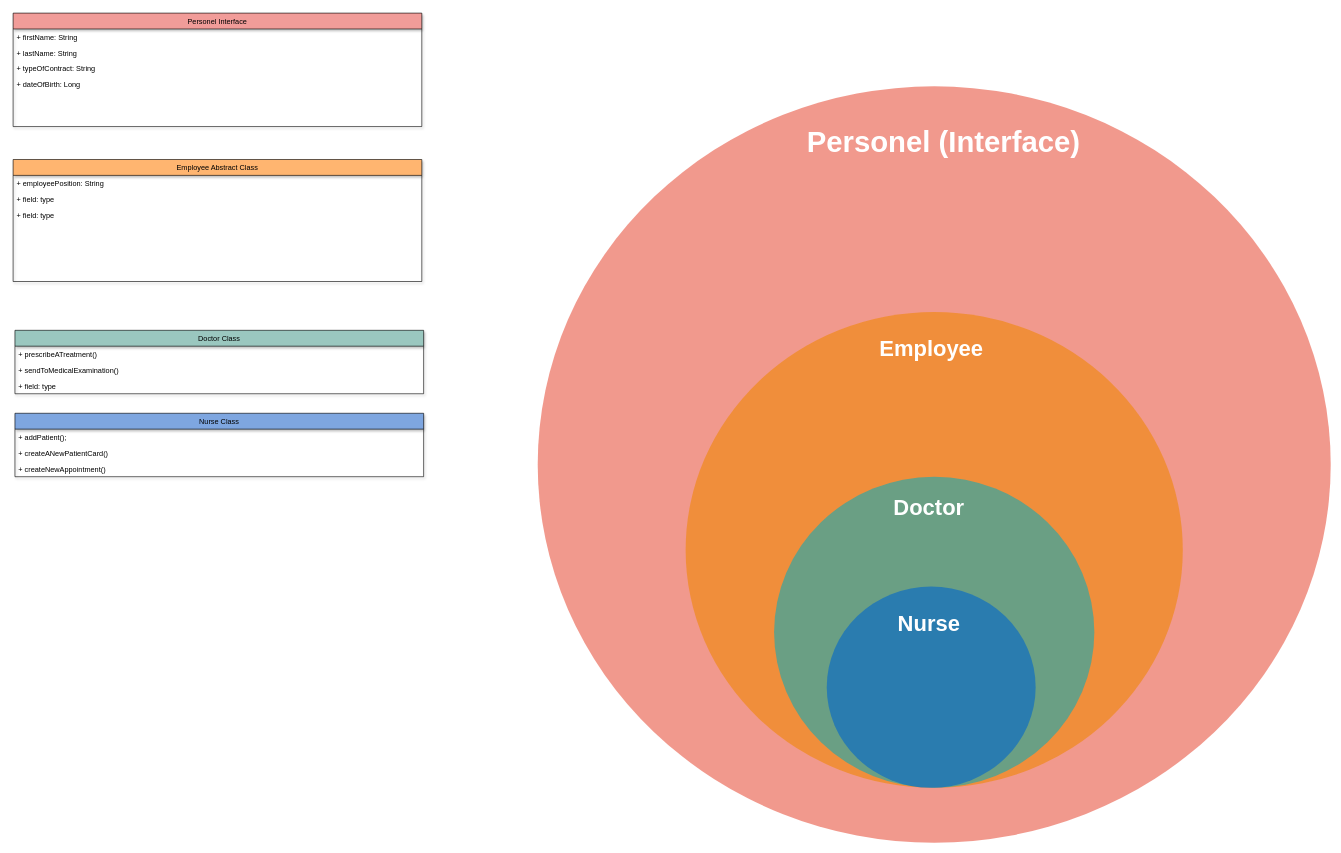
This is page "entity-inheritance" (2 of 2) of TableRelationsAndEntityInheritanceDiagram.drawio from TaranCorp/MedicalCenter, a draw.io file, before an edit. Source tidied: cells renumbered, new cells numbered last; positions are measured from the earlier drawing's top-left corner, leaving out a move shared by most shapes. Both pictures are drawn from the tidied source at 61%, with x=0, y=0 at pixel (13, 13).
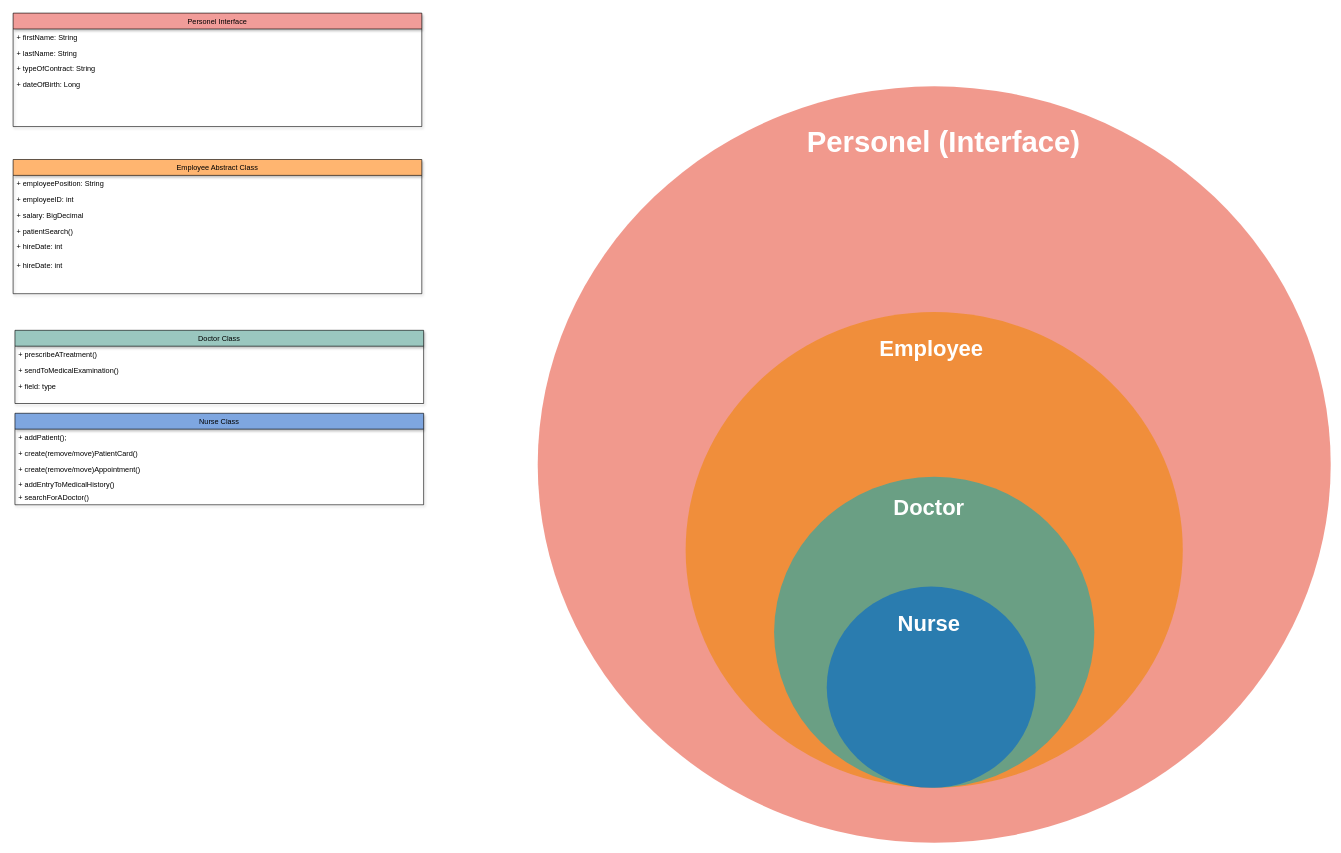
The same page after the edit.

Diff of the diagram source:
```diff
@@
     <mxCell id="15" value="Employee Abstract Class" style="swimlane;fontStyle=0;horizontal=1;startSize=26;fillColor=#FFB570;shadow=1;strokeColor=#000000;" parent="1" vertex="1">
-      <mxGeometry y="240" width="670" height="200" as="geometry" />
+      <mxGeometry y="240" width="670" height="220" as="geometry" />
     </mxCell>
@@
-    <mxCell id="17" value="+ field: type" style="text;strokeColor=none;fillColor=none;align=left;verticalAlign=top;spacingLeft=4;spacingRight=4;overflow=hidden;" parent="15" vertex="1">
+    <mxCell id="17" value="+ employeeID: int" style="text;strokeColor=none;fillColor=none;align=left;verticalAlign=top;spacingLeft=4;spacingRight=4;overflow=hidden;" parent="15" vertex="1">
       <mxGeometry y="52" width="670" height="26" as="geometry" />
     </mxCell>
+    <mxCell id="27" value="+ salary: BigDecimal" style="text;strokeColor=none;fillColor=none;align=left;verticalAlign=top;spacingLeft=4;spacingRight=4;overflow=hidden;" parent="15" vertex="1">
+      <mxGeometry y="78" width="670" height="26" as="geometry" />
+    </mxCell>
+    <mxCell id="28" value="+ patientSearch()" style="text;strokeColor=none;fillColor=none;align=left;verticalAlign=top;spacingLeft=4;spacingRight=4;overflow=hidden;" parent="15" vertex="1">
+      <mxGeometry y="104" width="670" height="26" as="geometry" />
+    </mxCell>
+    <mxCell id="29" value="+ hireDate: int" style="text;strokeColor=none;fillColor=none;align=left;verticalAlign=top;spacingLeft=4;spacingRight=4;overflow=hidden;" parent="15" vertex="1">
+      <mxGeometry y="130" width="670" height="30" as="geometry" />
+    </mxCell>
-    <mxCell id="18" value="+ field: type" style="text;strokeColor=none;fillColor=none;align=left;verticalAlign=top;spacingLeft=4;spacingRight=4;overflow=hidden;" parent="15" vertex="1">
-      <mxGeometry y="78" width="670" height="122" as="geometry" />
+    <mxCell id="18" value="+ hireDate: int" style="text;strokeColor=none;fillColor=none;align=left;verticalAlign=top;spacingLeft=4;spacingRight=4;overflow=hidden;" parent="15" vertex="1">
+      <mxGeometry y="160" width="670" height="60" as="geometry" />
     </mxCell>
     <mxCell id="19" value="Doctor Class" style="swimlane;fontStyle=0;horizontal=1;startSize=26;fillColor=#9AC7BF;shadow=1;strokeColor=#000000;" parent="1" vertex="1">
-      <mxGeometry x="3" y="520" width="670" height="104" as="geometry" />
+      <mxGeometry x="3" y="520" width="670" height="120" as="geometry" />
     </mxCell>
@@
     <mxCell id="22" value="+ field: type" style="text;strokeColor=none;fillColor=none;align=left;verticalAlign=top;spacingLeft=4;spacingRight=4;overflow=hidden;" parent="19" vertex="1">
-      <mxGeometry y="78" width="670" height="26" as="geometry" />
+      <mxGeometry y="78" width="670" height="42" as="geometry" />
     </mxCell>
     <mxCell id="23" value="Nurse Class" style="swimlane;fontStyle=0;horizontal=1;startSize=26;fillColor=#7EA6E0;shadow=1;strokeColor=#000000;" parent="1" vertex="1">
-      <mxGeometry x="3" y="656" width="670" height="104" as="geometry" />
+      <mxGeometry x="3" y="656" width="670" height="150" as="geometry" />
     </mxCell>
@@
-    <mxCell id="25" value="+ createANewPatientCard()" style="text;strokeColor=none;fillColor=none;align=left;verticalAlign=top;spacingLeft=4;spacingRight=4;overflow=hidden;" parent="23" vertex="1">
-      <mxGeometry y="52" width="670" height="26" as="geometry" />
+    <mxCell id="25" value="+ create(remove/move)PatientCard()" style="text;strokeColor=none;fillColor=none;align=left;verticalAlign=top;spacingLeft=4;spacingRight=4;overflow=hidden;" parent="23" vertex="1">
+      <mxGeometry y="52" width="670" height="98" as="geometry" />
     </mxCell>
-    <mxCell id="26" value="+ createNewAppointment()" style="text;strokeColor=none;fillColor=none;align=left;verticalAlign=top;spacingLeft=4;spacingRight=4;overflow=hidden;" parent="23" vertex="1">
-      <mxGeometry y="78" width="670" height="26" as="geometry" />
+    <mxCell id="26" value="+ create(remove/move)Appointment()" style="text;strokeColor=none;fillColor=none;align=left;verticalAlign=top;spacingLeft=4;spacingRight=4;overflow=hidden;" parent="1" vertex="1">
+      <mxGeometry x="3" y="734" width="670" height="66" as="geometry" />
     </mxCell>
+    <mxCell id="30" value="+ addEntryToMedicalHistory()" style="text;strokeColor=none;fillColor=none;align=left;verticalAlign=top;spacingLeft=4;spacingRight=4;overflow=hidden;" parent="1" vertex="1">
+      <mxGeometry x="3" y="760" width="670" height="26" as="geometry" />
+    </mxCell>
+    <mxCell id="31" value="+ searchForADoctor()" style="text;strokeColor=none;fillColor=none;align=left;verticalAlign=top;spacingLeft=4;spacingRight=4;overflow=hidden;" parent="1" vertex="1">
+      <mxGeometry x="3" y="780" width="670" height="26" as="geometry" />
+    </mxCell>
```
